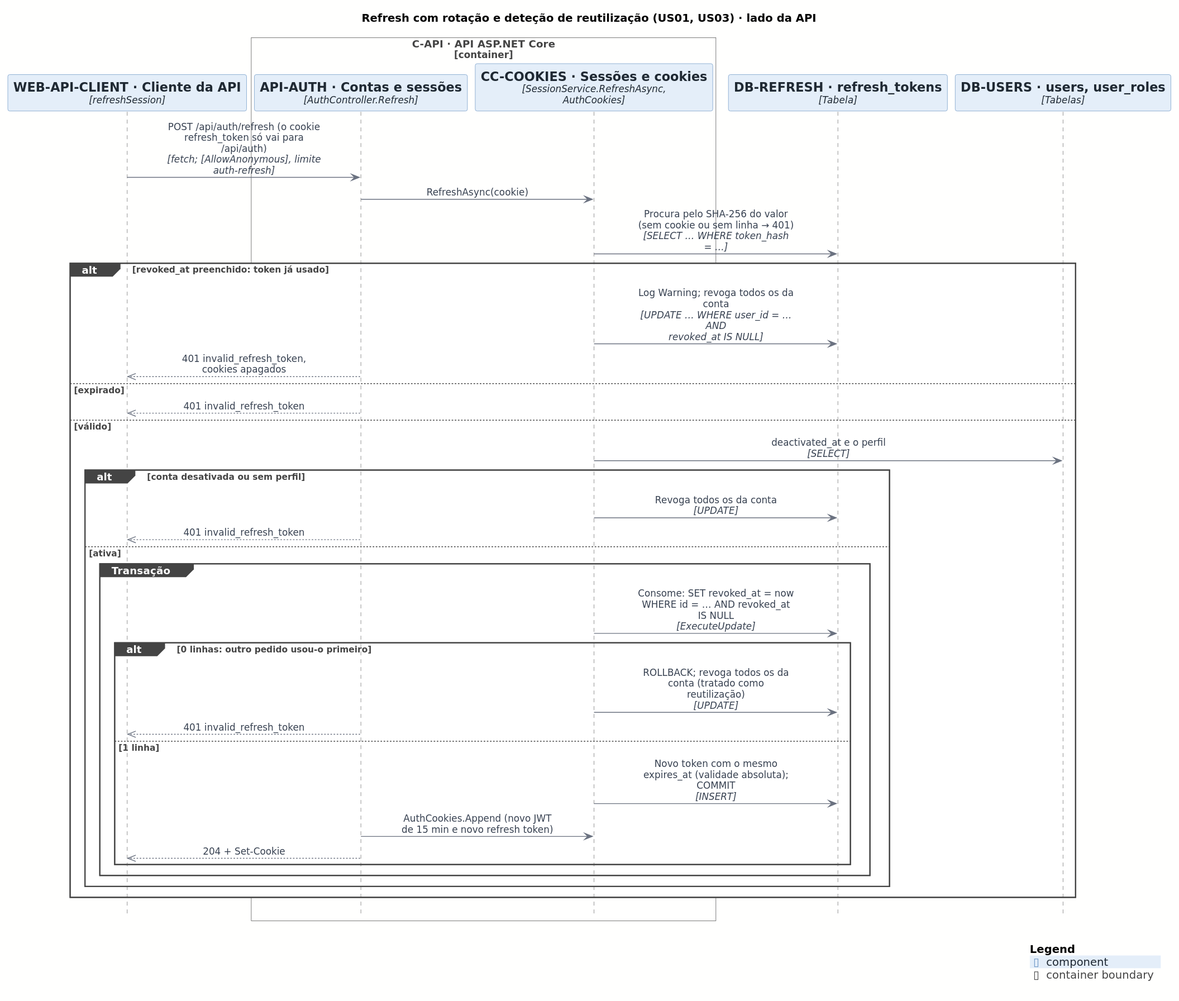
The PlantUML diagram docs/architecture/out/process-refresh.svg in rodrigo4sousa/SportsEstablishments, before a commit.
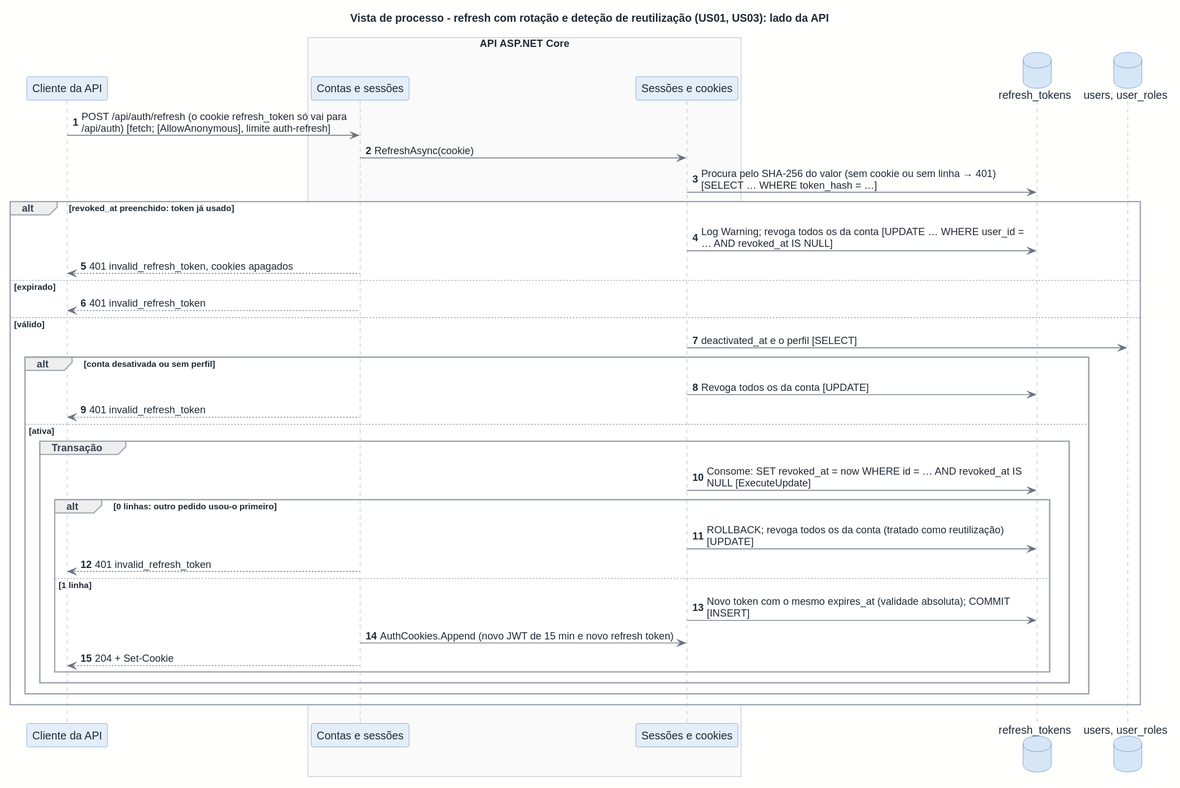
After the change.

Change to the diagram source:
```diff
@@ -1,44 +1,42 @@
 @startuml
-!include <C4/C4_Sequence>
 !include ../style.puml
 
-title Refresh com rotação e deteção de reutilização (US01, US03) · lado da API
+title Vista de processo - refresh com rotação e deteção de reutilização (US01, US03): lado da API
+autonumber
 
-Component(WEB_API_CLIENT, "WEB-API-CLIENT · Cliente da API", "refreshSession")
-Container_Boundary(C_API, "C-API · API ASP.NET Core")
-  Component(API_AUTH, "API-AUTH · Contas e sessões", "AuthController.Refresh")
-  Component(CC_COOKIES, "CC-COOKIES · Sessões e cookies", "SessionService.RefreshAsync, AuthCookies")
-Boundary_End()
-ComponentDb(DB_REFRESH, "DB-REFRESH · refresh_tokens", "Tabela")
-ComponentDb(DB_USERS, "DB-USERS · users, user_roles", "Tabelas")
+participant "Cliente da API" as WEB_API_CLIENT
+box "API ASP.NET Core"
+  participant "Contas e sessões" as API_AUTH
+  participant "Sessões e cookies" as CC_COOKIES
+end box
+database "refresh_tokens" as DB_REFRESH
+database "users, user_roles" as DB_USERS
 
-Rel(WEB_API_CLIENT, API_AUTH, $plain("POST /api/auth/refresh (o cookie refresh_token só vai para /api/auth)"), "fetch; [AllowAnonymous], limite auth-refresh")
-Rel(API_AUTH, CC_COOKIES, $plain("RefreshAsync(cookie)"))
-Rel(CC_COOKIES, DB_REFRESH, $plain("Procura pelo SHA-256 do valor (sem cookie ou sem linha → 401)"), "SELECT … WHERE token_hash = …")
+WEB_API_CLIENT -> API_AUTH : POST /api/auth/refresh (o cookie refresh_token só vai para\n/api/auth) [fetch; [AllowAnonymous], limite auth-refresh]
+API_AUTH -> CC_COOKIES : RefreshAsync(cookie)
+CC_COOKIES -> DB_REFRESH : Procura pelo SHA-256 do valor (sem cookie ou sem linha → 401)\n[SELECT … WHERE token_hash = …]
 alt revoked_at preenchido: token já usado
-  Rel(CC_COOKIES, DB_REFRESH, $plain("Log Warning; revoga todos os da conta"), "UPDATE … WHERE user_id = … AND revoked_at IS NULL")
-  Rel_Back(WEB_API_CLIENT, API_AUTH, $plain("401 invalid_refresh_token, cookies apagados"))
+  CC_COOKIES -> DB_REFRESH : Log Warning; revoga todos os da conta [UPDATE … WHERE user_id =\n… AND revoked_at IS NULL]
+  API_AUTH --> WEB_API_CLIENT : 401 invalid_refresh_token, cookies apagados
 else expirado
-  Rel_Back(WEB_API_CLIENT, API_AUTH, $plain("401 invalid_refresh_token"))
+  API_AUTH --> WEB_API_CLIENT : 401 invalid_refresh_token
 else válido
-  Rel(CC_COOKIES, DB_USERS, $plain("deactivated_at e o perfil"), "SELECT")
+  CC_COOKIES -> DB_USERS : deactivated_at e o perfil [SELECT]
   alt conta desativada ou sem perfil
-    Rel(CC_COOKIES, DB_REFRESH, $plain("Revoga todos os da conta"), "UPDATE")
-    Rel_Back(WEB_API_CLIENT, API_AUTH, $plain("401 invalid_refresh_token"))
+    CC_COOKIES -> DB_REFRESH : Revoga todos os da conta [UPDATE]
+    API_AUTH --> WEB_API_CLIENT : 401 invalid_refresh_token
   else ativa
     group Transação
-      Rel(CC_COOKIES, DB_REFRESH, $plain("Consome: SET revoked_at = now WHERE id = … AND revoked_at IS NULL"), "ExecuteUpdate")
+      CC_COOKIES -> DB_REFRESH : Consome: SET revoked_at = now WHERE id = … AND revoked_at IS\nNULL [ExecuteUpdate]
       alt 0 linhas: outro pedido usou-o primeiro
-        Rel(CC_COOKIES, DB_REFRESH, $plain("ROLLBACK; revoga todos os da conta (tratado como reutilização)"), "UPDATE")
-        Rel_Back(WEB_API_CLIENT, API_AUTH, $plain("401 invalid_refresh_token"))
+        CC_COOKIES -> DB_REFRESH : ROLLBACK; revoga todos os da conta (tratado como reutilização)\n[UPDATE]
+        API_AUTH --> WEB_API_CLIENT : 401 invalid_refresh_token
       else 1 linha
-        Rel(CC_COOKIES, DB_REFRESH, $plain("Novo token com o mesmo expires_at (validade absoluta); COMMIT"), "INSERT")
-        Rel(API_AUTH, CC_COOKIES, $plain("AuthCookies.Append (novo JWT de 15 min e novo refresh token)"))
-        Rel_Back(WEB_API_CLIENT, API_AUTH, $plain("204 + Set-Cookie"))
+        CC_COOKIES -> DB_REFRESH : Novo token com o mesmo expires_at (validade absoluta); COMMIT\n[INSERT]
+        API_AUTH -> CC_COOKIES : AuthCookies.Append (novo JWT de 15 min e novo refresh token)
+        API_AUTH --> WEB_API_CLIENT : 204 + Set-Cookie
       end
     end
   end
 end
-
-SHOW_LEGEND()
 @enduml
```
